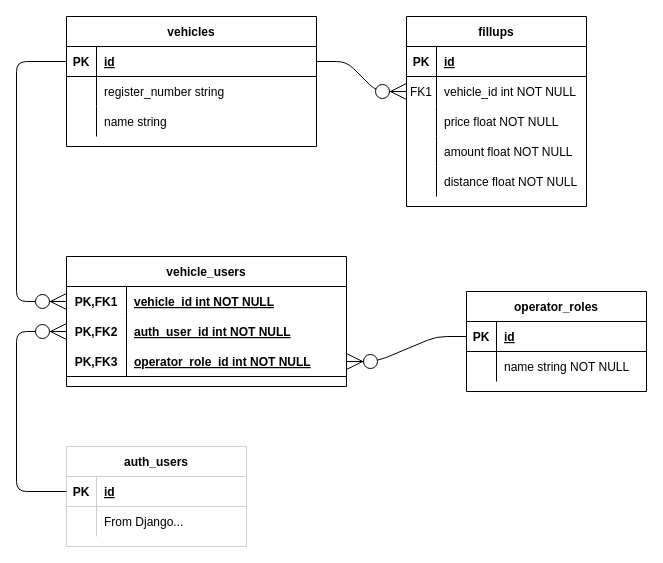
The draw.io diagram documentation/lopokulu-database-er.drawio in mtijas/lopokulu, before the edit. Source tidied: cells renumbered, new cells numbered last; positions are measured from the earlier drawing's top-left corner, leaving out a move shared by most shapes. Both pictures are drawn from the tidied source at 100%, with x=0, y=0 at pixel (16, 16).
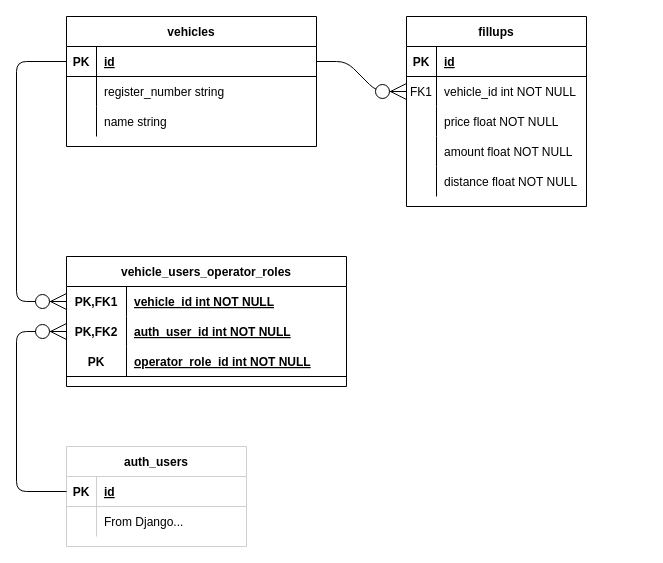
The same diagram, later.

Unchanged cells that the change refers to:
```xml
<mxCell id="43" style="shape=partialRectangle;fillColor=none;top=0;left=0;bottom=1;right=0;points=[[0,0.5],[1,0.5]];portConstraint=eastwest;strokeColor=default;perimeterSpacing=0;" parent="36" vertex="1">
  <mxGeometry y="90" width="280" height="30" as="geometry" />
</mxCell>
```

The edit, as a diff of the source:
```diff
@@
-    <mxCell id="36" value="vehicle_users" style="shape=table;startSize=30;childLayout=tableLayout;rowLines=0;fontStyle=1;align=center;hachureGap=4;strokeColor=#000000;" parent="1" vertex="1">
+    <mxCell id="36" value="vehicle_users_operator_roles" style="shape=table;startSize=30;childLayout=tableLayout;rowLines=0;fontStyle=1;align=center;hachureGap=4;strokeColor=#000000;" parent="1" vertex="1">
       <mxGeometry x="50" y="240" width="280" height="130" as="geometry" />
     </mxCell>
@@
-    <mxCell id="44" value="PK,FK3" style="shape=partialRectangle;fillColor=none;top=0;left=0;bottom=0;right=0;fontStyle=1;overflow=hidden;" parent="43" vertex="1">
+    <mxCell id="44" value="PK" style="shape=partialRectangle;fillColor=none;top=0;left=0;bottom=0;right=0;fontStyle=1;overflow=hidden;" parent="43" vertex="1">
       <mxGeometry width="60" height="30" as="geometry" />
     </mxCell>
@@
-    <mxCell id="46" value="operator_roles" style="shape=table;startSize=30;childLayout=tableLayout;rowLines=0;fontStyle=1;align=center;hachureGap=4;strokeColor=default;" parent="1" vertex="1">
-      <mxGeometry x="450" y="275" width="180" height="100" as="geometry" />
-    </mxCell>
-    <mxCell id="47" style="shape=partialRectangle;fillColor=none;top=0;left=0;bottom=1;right=0;points=[[0,0.5],[1,0.5]];portConstraint=eastwest;" parent="46" vertex="1">
-      <mxGeometry y="30" width="180" height="30" as="geometry" />
-    </mxCell>
-    <mxCell id="48" value="PK" style="shape=partialRectangle;fillColor=none;top=0;left=0;bottom=0;right=0;fontStyle=1;overflow=hidden;" parent="47" vertex="1">
-      <mxGeometry width="30" height="30" as="geometry" />
-    </mxCell>
-    <mxCell id="49" value="id" style="shape=partialRectangle;fillColor=none;top=0;left=0;bottom=0;right=0;align=left;spacingLeft=6;fontStyle=5;overflow=hidden;" parent="47" vertex="1">
-      <mxGeometry x="30" width="150" height="30" as="geometry" />
-    </mxCell>
-    <mxCell id="50" style="shape=partialRectangle;fillColor=none;top=0;left=0;bottom=0;right=0;" parent="46" vertex="1">
-      <mxGeometry y="60" width="180" height="30" as="geometry" />
-    </mxCell>
-    <mxCell id="51" style="shape=partialRectangle;fillColor=none;top=0;left=0;bottom=0;right=0;overflow=hidden;" parent="50" vertex="1">
-      <mxGeometry width="30" height="30" as="geometry" />
-    </mxCell>
-    <mxCell id="52" value="name string NOT NULL" style="shape=partialRectangle;fillColor=none;top=0;left=0;bottom=0;right=0;align=left;spacingLeft=6;overflow=hidden;" parent="50" vertex="1">
-      <mxGeometry x="30" width="150" height="30" as="geometry" />
-    </mxCell>
@@
-    <mxCell id="55" style="fontSize=12;html=1;endArrow=ERzeroToMany;endFill=1;startSize=14;endSize=14;sourcePerimeterSpacing=8;targetPerimeterSpacing=8;entryX=1;entryY=0.5;entryDx=0;entryDy=0;exitX=0;exitY=0.5;exitDx=0;exitDy=0;anchorPointDirection=1;snapToPoint=0;noJump=0;flowAnimation=0;orthogonal=0;comic=0;jiggle=17;edgeStyle=entityRelationEdgeStyle;" parent="1" edge="1" source="47" target="43">
-      <mxGeometry relative="1" as="geometry" />
-    </mxCell>
```
